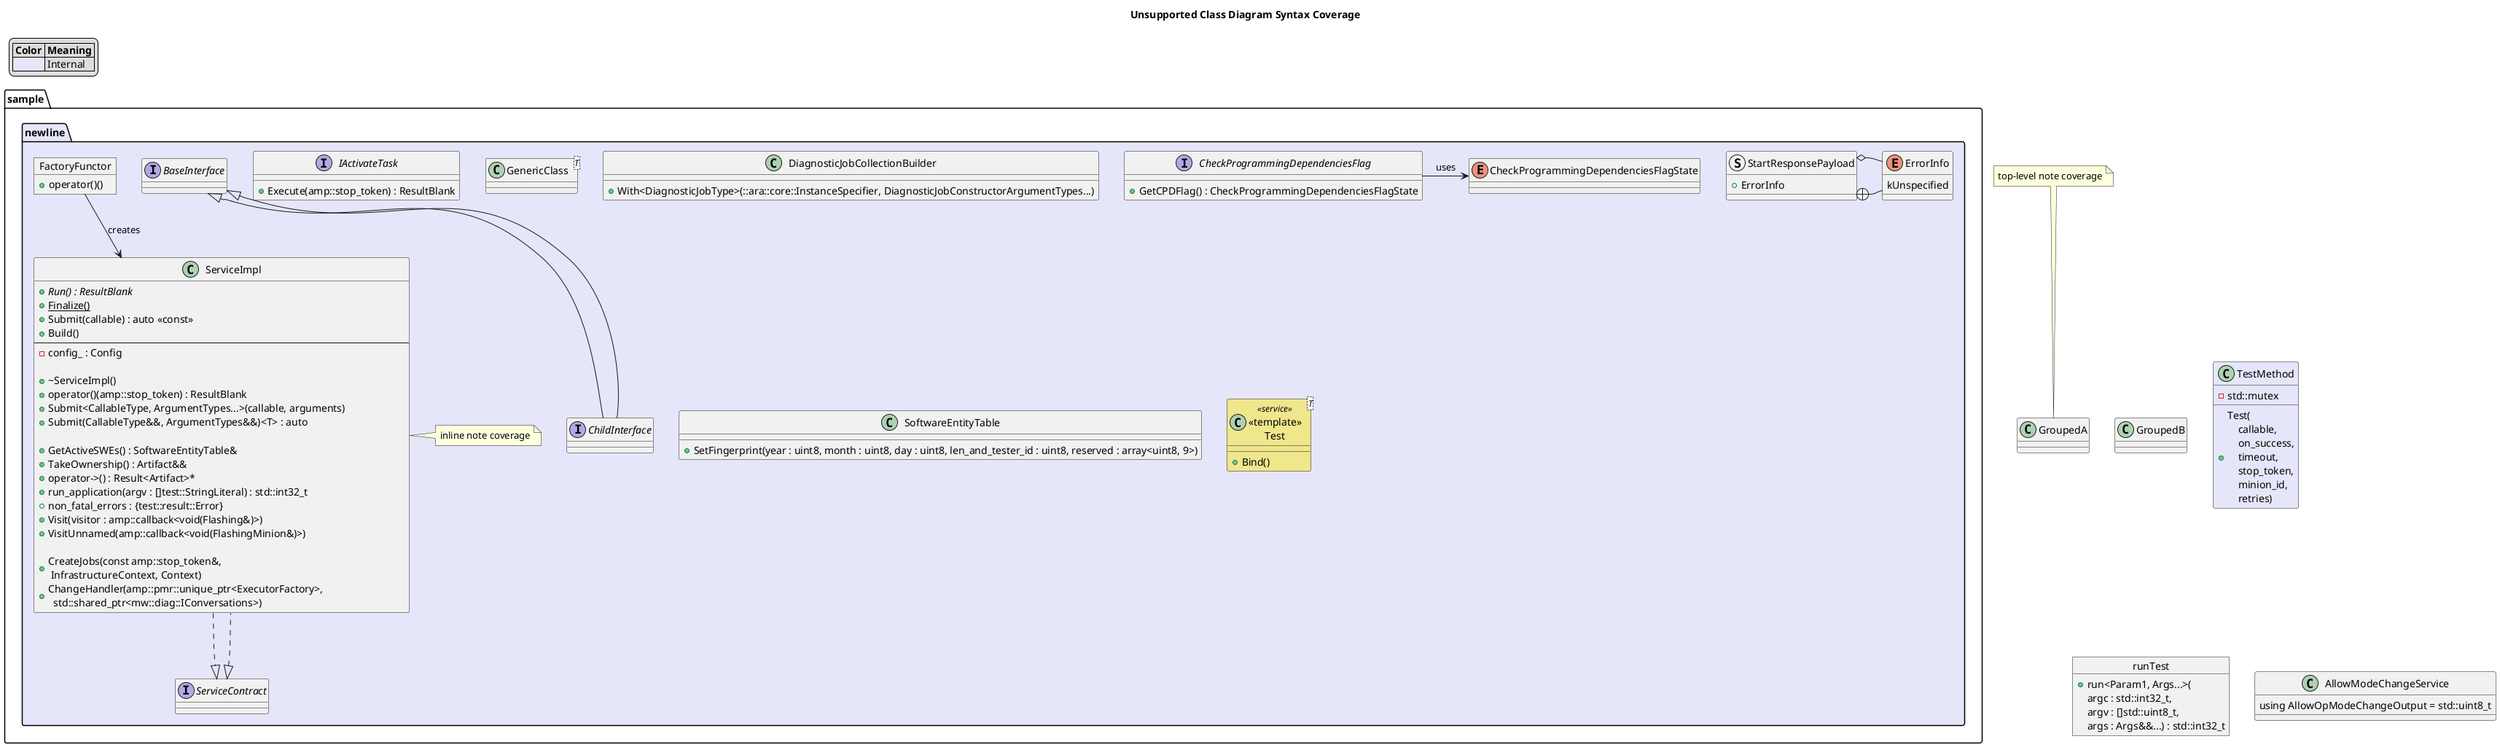
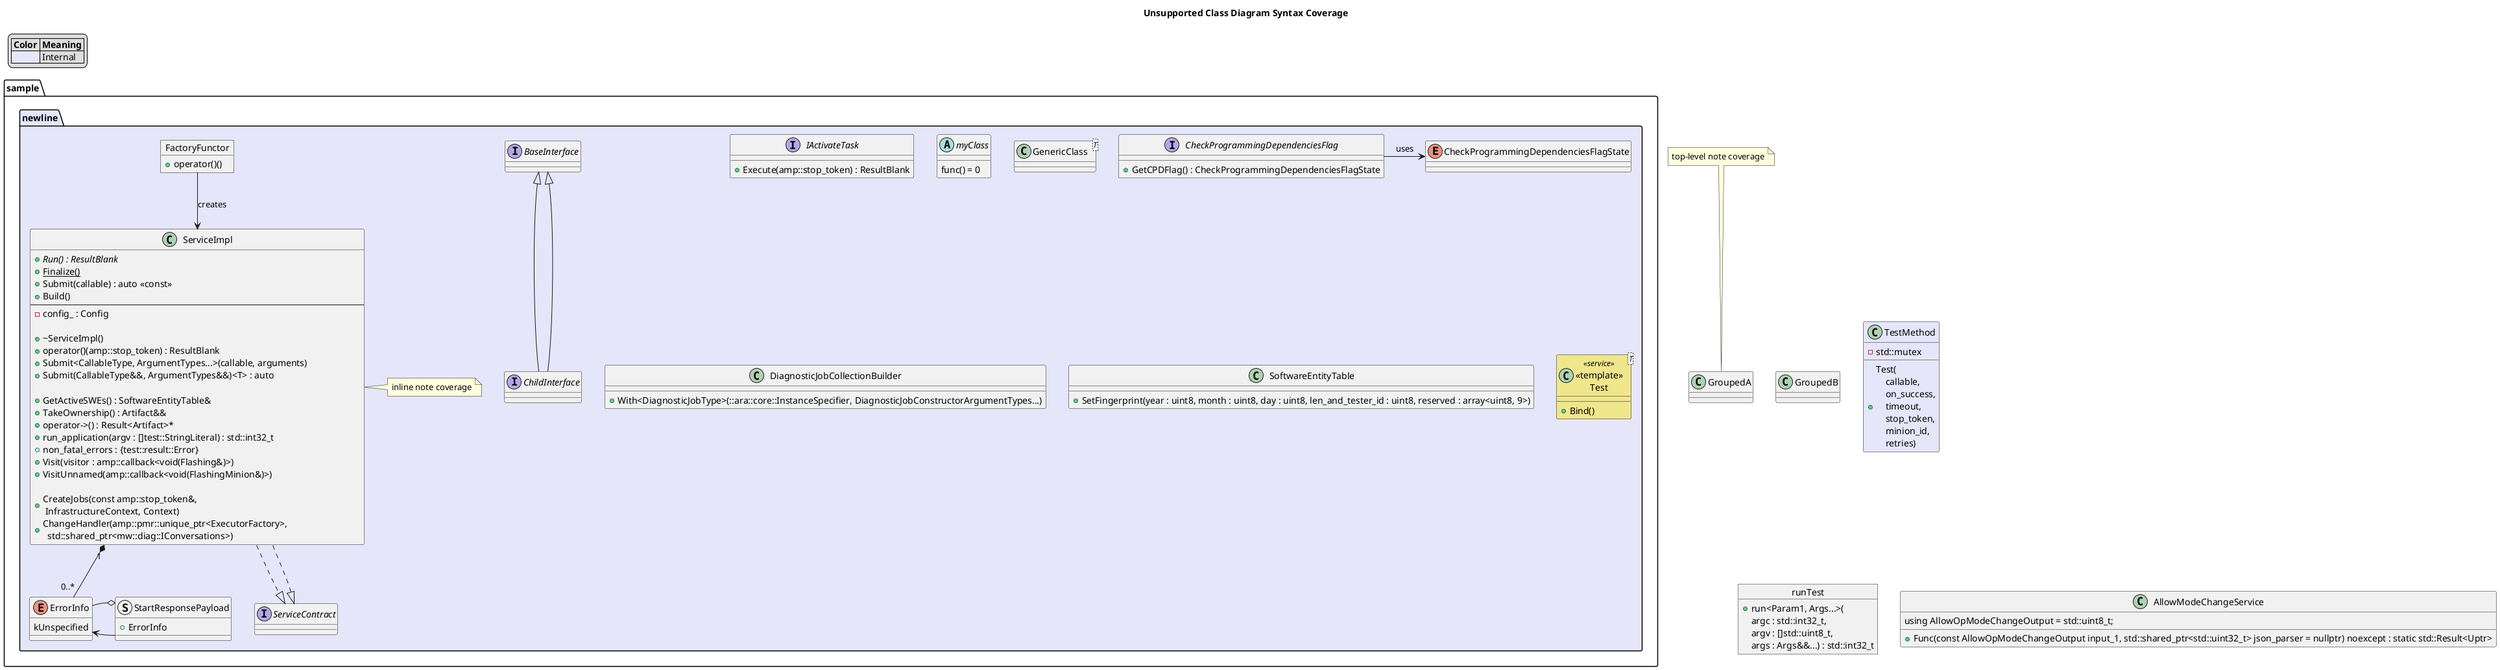
' *******************************************************************************
' Copyright (c) 2026 Contributors to the Eclipse Foundation
'
' See the NOTICE file(s) distributed with this work for additional
' information regarding copyright ownership.
'
' This program and the accompanying materials are made available under the
' terms of the Apache License Version 2.0 which is available at
' https://www.apache.org/licenses/LICENSE-2.0
'
' SPDX-License-Identifier: Apache-2.0
' *******************************************************************************
@startuml class_diagram_unsupported_syntax

title Unsupported Class Diagram Syntax Coverage

' Priority group 1: file-level constructs
set namespaceSeparator ::

together {
    class GroupedA
    class GroupedB
}

legend top left
|= Color |= Meaning |
| <#Lavender> | Internal |
end legend

note top of GroupedA : top-level note coverage

package sample::newline #Lavender
{
    ' Priority group 2: declaration headers
    object "FactoryFunctor" as FactoryFunctor {
        + operator()()
    }

    interface IActivateTask [[cd_activate_task.puml]] {
        + Execute(amp::stop_token) : ResultBlank
    }

    interface BaseInterface

    interface ChildInterface extends BaseInterface {
    }

    interface ServiceContract
+ 
+     abstract class myClass {
+         func() = 0
+     }

    interface CheckProgrammingDependenciesFlag {
        + GetCPDFlag() : CheckProgrammingDependenciesFlagState
    }

    enum CheckProgrammingDependenciesFlagState

    enum ErrorInfo {
        kUnspecified
    }

    struct StartResponsePayload {
        + ErrorInfo
    }

    class GenericClass<T> {
    }

    class DiagnosticJobCollectionBuilder {
        + With<DiagnosticJobType>(::ara::core::InstanceSpecifier, DiagnosticJobConstructorArgumentTypes...)
    }

    class SoftwareEntityTable {
        + SetFingerprint(year : uint8, month : uint8, day : uint8, len_and_tester_id : uint8, reserved : array<uint8, 9>)
    }

    class ServiceImpl implements ServiceContract {
        ' Priority group 3: member-level syntax
        {abstract} + Run() : ResultBlank
        {static} + Finalize()
        + Submit(callable) : auto <<const>>
        + Build()
        --
        - config_ : Config

        ' Priority group 4: C++ member names and method templates
        + ~ServiceImpl()
        + operator()(amp::stop_token) : ResultBlank
        + Submit<CallableType, ArgumentTypes...>(callable, arguments)
        + Submit(CallableType&&, ArgumentTypes&&)<T> : auto

        ' Priority group 5: C++ type expressions
        + GetActiveSWEs() : SoftwareEntityTable&
        + TakeOwnership() : Artifact&&
        + operator->() : Result<Artifact>*
        + run_application(argv : []test::StringLiteral) : std::int32_t
        + non_fatal_errors : {test::result::Error}
        + Visit(visitor : amp::callback<void(Flashing&)>)
        + VisitUnnamed(amp::callback<void(FlashingMinion&)>)

        ' Priority group 6: multiline signatures
        + CreateJobs(const amp::stop_token&,\n InfrastructureContext, Context)
        + ChangeHandler(amp::pmr::unique_ptr<ExecutorFactory>,\
                               \n  std::shared_ptr<mw::diag::IConversations>)
    }

    note right of ServiceImpl : inline note coverage

    class "<<template>>\nTest<T>" as TestTemplate <<service>> #Khaki {
        + Bind()
    }
}

class TestMethod #Lavender{
    + Test(\n    callable,\n    on_success,\n    timeout,\n    stop_token,\n    minion_id,\n    retries)
    - std::mutex
}

object "runTest" as runTestType {
    + run<Param1, Args...>(
        argc : std::int32_t,
        argv : []std::uint8_t,
        args : Args&&...) : std::int32_t
}

class AllowModeChangeService {
-     using AllowOpModeChangeOutput = std::uint8_t
+     using AllowOpModeChangeOutput = std::uint8_t;
+     + Func(const AllowOpModeChangeOutput input_1, std::shared_ptr<std::uint32_t> json_parser = nullptr) noexcept : static std::Result<Uptr>
}

ServiceImpl ..|> ServiceContract
ChildInterface -up-|> BaseInterface
- StartResponsePayload +- ErrorInfo
+ StartResponsePayload --> ErrorInfo
StartResponsePayload o- ErrorInfo
+ ServiceImpl "1" *-- "0..*" ErrorInfo
CheckProgrammingDependenciesFlag -> CheckProgrammingDependenciesFlagState : uses
FactoryFunctor --> ServiceImpl : creates

@enduml
